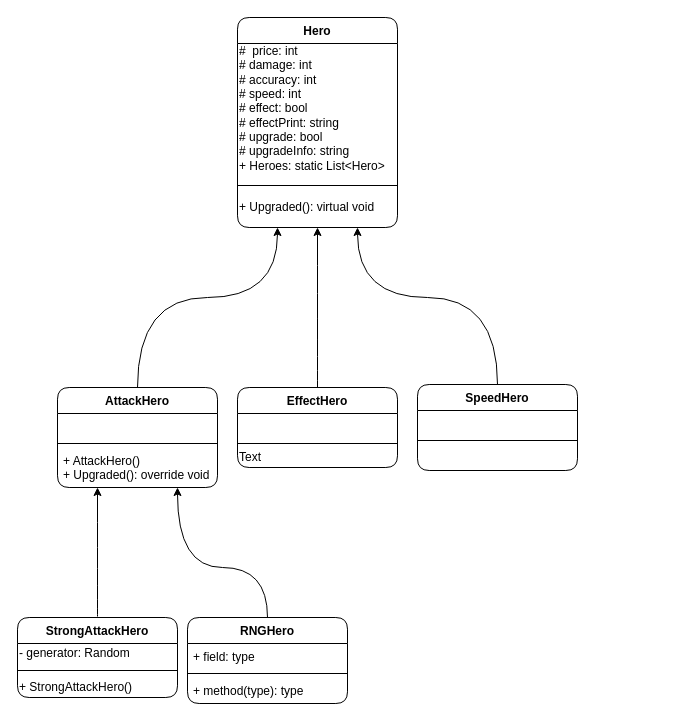
Before: page "Hero" (1 of 2) of Untitled Diagram.drawio in floxxui/Slutprojekt_Prog2, a draw.io diagram. Source tidied: cells renumbered, new cells numbered last; positions are measured from the earlier drawing's top-left corner, leaving out a move shared by most shapes. Both pictures are drawn from the tidied source at 100%, with x=0, y=0 at pixel (17, 17).
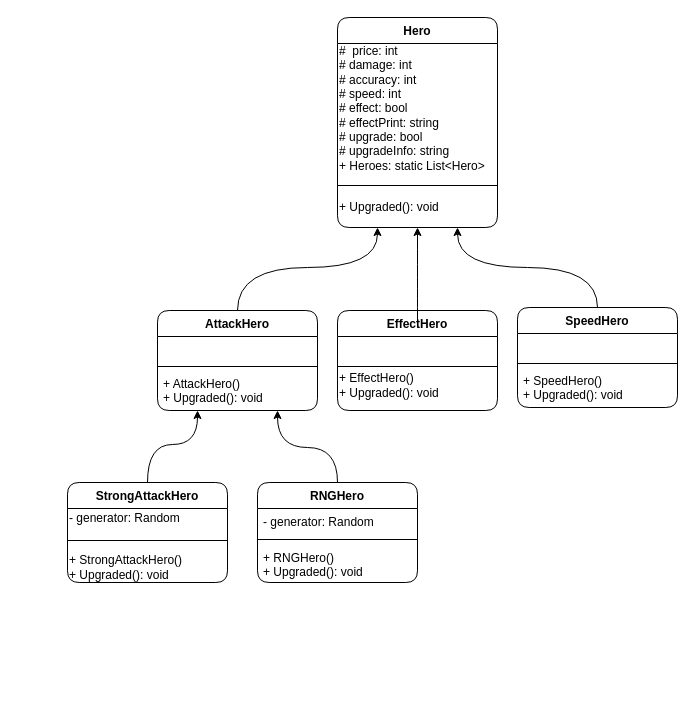
The same diagram, later.

Diff of the diagram source:
```diff
@@
     <mxCell id="2" value="Hero" style="swimlane;fontStyle=1;align=center;verticalAlign=top;horizontal=1;startSize=26;shadow=0;strokeWidth=1;rounded=1;" parent="1" vertex="1">
-      <mxGeometry x="220" width="160" height="210" as="geometry" />
+      <mxGeometry x="320" width="160" height="210" as="geometry" />
     </mxCell>
@@
-    <mxCell id="5" value="+ Upgraded(): virtual void" style="text;html=1;align=left;verticalAlign=middle;strokeColor=none;" parent="2" vertex="1">
+    <mxCell id="5" value="+ Upgraded(): void" style="text;html=1;align=left;verticalAlign=middle;strokeColor=none;" parent="2" vertex="1">
       <mxGeometry y="180" width="160" height="20" as="geometry" />
     </mxCell>
     <mxCell id="6" value="AttackHero" style="swimlane;fontStyle=1;align=center;verticalAlign=top;horizontal=1;startSize=26;shadow=0;strokeWidth=1;rounded=1;" parent="1" vertex="1">
-      <mxGeometry x="40" y="370" width="160" height="100" as="geometry" />
+      <mxGeometry x="140" y="293" width="160" height="100" as="geometry" />
     </mxCell>
@@
-    <mxCell id="9" value="+ AttackHero()&#10;+ Upgraded(): override void" style="text;align=left;verticalAlign=top;spacingLeft=4;spacingRight=4;overflow=hidden;fontStyle=0;rounded=1;" parent="6" vertex="1">
+    <mxCell id="9" value="+ AttackHero()&#10;+ Upgraded(): void" style="text;align=left;verticalAlign=top;spacingLeft=4;spacingRight=4;overflow=hidden;fontStyle=0;rounded=1;" parent="6" vertex="1">
       <mxGeometry y="60" width="160" height="40" as="geometry" />
     </mxCell>
     <mxCell id="10" style="endArrow=classic;endFill=1;shadow=0;strokeWidth=1;edgeStyle=elbowEdgeStyle;elbow=vertical;curved=1;exitX=0.5;exitY=0;exitDx=0;exitDy=0;entryX=0.25;entryY=1;entryDx=0;entryDy=0;" parent="1" edge="1" source="6" target="2">
       <mxGeometry relative="1" as="geometry">
         <Array as="points">
-          <mxPoint x="190" y="280" />
+          <mxPoint x="290" y="250" />
         </Array>
       </mxGeometry>
     </mxCell>
     <mxCell id="11" value="EffectHero" style="swimlane;fontStyle=1;align=center;verticalAlign=top;horizontal=1;startSize=26;shadow=0;strokeWidth=1;rounded=1;" parent="1" vertex="1">
-      <mxGeometry x="220" y="370" width="160" height="80" as="geometry" />
+      <mxGeometry x="320" y="293" width="160" height="100" as="geometry" />
     </mxCell>
@@
-    <mxCell id="14" value="Text" style="text;html=1;align=left;verticalAlign=middle;strokeColor=none;" parent="11" vertex="1">
-      <mxGeometry y="60" width="160" height="20" as="geometry" />
+    <mxCell id="14" value="+ EffectHero()&lt;br&gt;+ Upgraded(): void" style="text;html=1;align=left;verticalAlign=middle;strokeColor=none;" parent="11" vertex="1">
+      <mxGeometry y="60" width="160" height="30" as="geometry" />
     </mxCell>
     <mxCell id="15" style="endArrow=classic;endFill=1;shadow=0;strokeWidth=1;edgeStyle=elbowEdgeStyle;elbow=vertical;entryX=0.5;entryY=1;entryDx=0;entryDy=0;curved=1;exitX=0.5;exitY=0;exitDx=0;exitDy=0;" parent="1" edge="1" source="11" target="2">
       <mxGeometry relative="1" as="geometry">
         <Array as="points">
-          <mxPoint x="330" y="350" />
+          <mxPoint x="430" y="350" />
         </Array>
       </mxGeometry>
     </mxCell>
     <mxCell id="16" style="edgeStyle=orthogonalEdgeStyle;curved=1;rounded=0;jettySize=auto;html=1;entryX=0.75;entryY=1;entryDx=0;entryDy=0;" parent="1" edge="1" source="17" target="2">
       <mxGeometry relative="1" as="geometry">
         <Array as="points">
-          <mxPoint x="480" y="280" />
-          <mxPoint x="340" y="280" />
+          <mxPoint x="580" y="250" />
+          <mxPoint x="440" y="250" />
         </Array>
       </mxGeometry>
     </mxCell>
     <mxCell id="17" value="SpeedHero" style="swimlane;fontStyle=1;align=center;verticalAlign=top;horizontal=1;startSize=26;rounded=1;shadow=0;glass=0;sketch=0;fillColor=#ffffff;gradientColor=none;" parent="1" vertex="1">
-      <mxGeometry x="400" y="367" width="160" height="86" as="geometry" />
+      <mxGeometry x="500" y="290" width="160" height="100" as="geometry" />
     </mxCell>
@@
-    <mxCell id="20" value=" " style="text;strokeColor=none;fillColor=none;align=left;verticalAlign=top;spacingLeft=4;spacingRight=4;overflow=hidden;" parent="17" vertex="1">
-      <mxGeometry y="60" width="160" height="26" as="geometry" />
+    <mxCell id="20" value="+ SpeedHero()&#10;+ Upgraded(): void" style="text;strokeColor=none;fillColor=none;align=left;verticalAlign=top;spacingLeft=4;spacingRight=4;overflow=hidden;" parent="17" vertex="1">
+      <mxGeometry y="60" width="160" height="40" as="geometry" />
     </mxCell>
-    <mxCell id="21" style="edgeStyle=orthogonalEdgeStyle;rounded=0;jettySize=auto;html=1;entryX=0.25;entryY=1;entryDx=0;entryDy=0;endArrow=classic;endFill=1;strokeWidth=1;curved=1;" parent="1" edge="1" target="6">
-      <mxGeometry relative="1" as="geometry">
-        <mxPoint x="80" y="599" as="sourcePoint" />
-        <Array as="points">
-          <mxPoint x="80" y="599" />
-        </Array>
-      </mxGeometry>
-    </mxCell>
+    <mxCell id="31" style="edgeStyle=orthogonalEdgeStyle;rounded=0;jettySize=auto;html=1;entryX=0.25;entryY=1;entryDx=0;entryDy=0;curved=1;exitX=0.5;exitY=0;exitDx=0;exitDy=0;" parent="1" edge="1" source="22" target="6">
+      <mxGeometry relative="1" as="geometry">
+        <Array as="points">
+          <mxPoint x="130" y="427" />
+          <mxPoint x="180" y="427" />
+        </Array>
+      </mxGeometry>
+    </mxCell>
     <mxCell id="22" value="StrongAttackHero" style="swimlane;fontStyle=1;align=center;verticalAlign=top;horizontal=1;startSize=26;rounded=1;" parent="1" vertex="1">
-      <mxGeometry y="600" width="160" height="80" as="geometry" />
+      <mxGeometry x="50" y="465" width="160" height="100" as="geometry" />
     </mxCell>
@@
     <mxCell id="24" style="line;strokeWidth=1;fillColor=none;align=left;verticalAlign=middle;spacingTop=-1;spacingLeft=3;spacingRight=3;labelPosition=right;" parent="22" vertex="1">
-      <mxGeometry y="46" width="160" height="14" as="geometry" />
+      <mxGeometry y="46" width="160" height="24" as="geometry" />
     </mxCell>
-    <mxCell id="25" value="+ StrongAttackHero()" style="text;html=1;align=left;verticalAlign=middle;strokeColor=none;" parent="22" vertex="1">
-      <mxGeometry y="60" width="160" height="20" as="geometry" />
+    <mxCell id="25" value="+ StrongAttackHero()&lt;br&gt;+ Upgraded(): void" style="text;html=1;align=left;verticalAlign=middle;strokeColor=none;" parent="22" vertex="1">
+      <mxGeometry y="70" width="160" height="30" as="geometry" />
     </mxCell>
-    <mxCell id="26" style="edgeStyle=orthogonalEdgeStyle;curved=1;rounded=0;jettySize=auto;html=1;entryX=0.75;entryY=1;entryDx=0;entryDy=0;endArrow=classic;endFill=1;strokeWidth=1;exitX=0.5;exitY=0;exitDx=0;exitDy=0;" parent="1" edge="1" source="27" target="6">
+    <mxCell id="26" style="edgeStyle=orthogonalEdgeStyle;curved=1;rounded=0;jettySize=auto;html=1;endArrow=classic;endFill=1;strokeWidth=1;exitX=0.5;exitY=0;exitDx=0;exitDy=0;entryX=0.75;entryY=1;entryDx=0;entryDy=0;" parent="1" edge="1" source="27" target="6">
       <mxGeometry relative="1" as="geometry">
         <Array as="points">
-          <mxPoint x="250" y="550" />
-          <mxPoint x="160" y="550" />
+          <mxPoint x="320" y="430" />
+          <mxPoint x="260" y="430" />
         </Array>
       </mxGeometry>
     </mxCell>
     <mxCell id="27" value="RNGHero" style="swimlane;fontStyle=1;align=center;verticalAlign=top;horizontal=1;startSize=26;rounded=1;" parent="1" vertex="1">
-      <mxGeometry x="170" y="600" width="160" height="86" as="geometry" />
+      <mxGeometry x="240" y="465" width="160" height="100" as="geometry" />
     </mxCell>
-    <mxCell id="28" value="+ field: type" style="text;strokeColor=none;fillColor=none;align=left;verticalAlign=top;spacingLeft=4;spacingRight=4;overflow=hidden;rounded=0;shadow=0;glass=0;sketch=0;" parent="27" vertex="1">
+    <mxCell id="28" value="- generator: Random" style="text;strokeColor=none;fillColor=none;align=left;verticalAlign=top;spacingLeft=4;spacingRight=4;overflow=hidden;rounded=0;shadow=0;glass=0;sketch=0;" parent="27" vertex="1">
       <mxGeometry y="26" width="160" height="26" as="geometry" />
     </mxCell>
     <mxCell id="29" style="line;strokeWidth=1;fillColor=none;align=left;verticalAlign=middle;spacingTop=-1;spacingLeft=3;spacingRight=3;labelPosition=right;" parent="27" vertex="1">
-      <mxGeometry y="52" width="160" height="8" as="geometry" />
+      <mxGeometry y="52" width="160" height="10" as="geometry" />
     </mxCell>
-    <mxCell id="30" value="+ method(type): type" style="text;strokeColor=none;fillColor=none;align=left;verticalAlign=top;spacingLeft=4;spacingRight=4;overflow=hidden;" parent="27" vertex="1">
-      <mxGeometry y="60" width="160" height="26" as="geometry" />
+    <mxCell id="30" value="+ RNGHero()&#10;+ Upgraded(): void" style="text;strokeColor=none;fillColor=none;align=left;verticalAlign=top;spacingLeft=4;spacingRight=4;overflow=hidden;" parent="27" vertex="1">
+      <mxGeometry y="62" width="160" height="38" as="geometry" />
     </mxCell>
```
